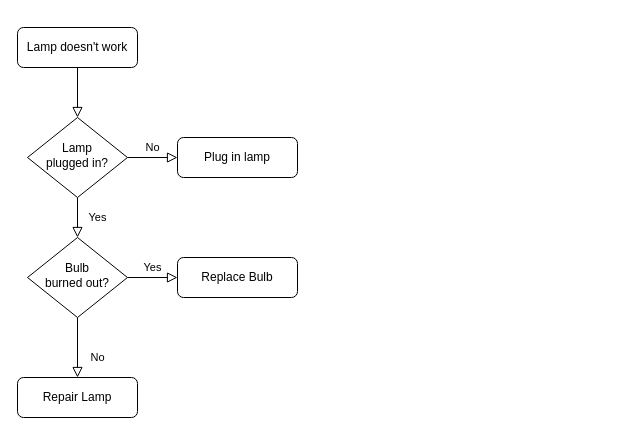
Above: Untitled Diagram.drawio in leonwooster/ConsoleTest (draw.io), before the change. Source tidied: cells renumbered, new cells numbered last; positions are measured from the earlier drawing's top-left corner, leaving out a move shared by most shapes. Both pictures are drawn from the tidied source at 100%, with x=0, y=0 at pixel (17, 27).
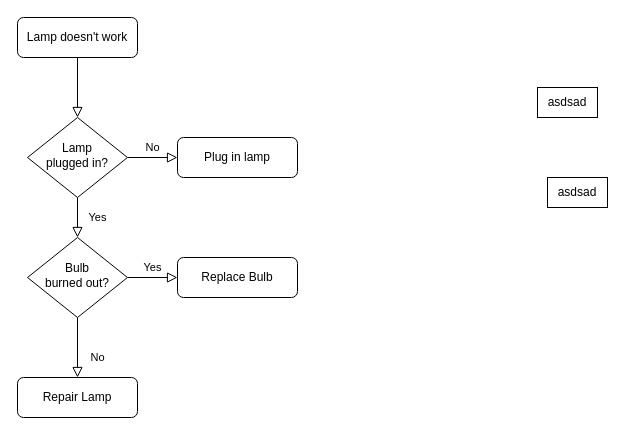
The same page after the edit.

Diff of the diagram source:
```diff
@@
 <mxGraphModel>
   <root>
     <mxCell id="0" />
     <mxCell id="1" parent="0" />
     <mxCell id="2" style="rounded=0;html=1;jettySize=auto;fontSize=11;endArrow=block;endFill=0;endSize=8;strokeWidth=1;shadow=0;labelBackgroundColor=none;edgeStyle=orthogonalEdgeStyle;" parent="1" edge="1" source="3" target="6">
       <mxGeometry relative="1" as="geometry" />
     </mxCell>
     <mxCell id="3" value="Lamp doesn't work" style="rounded=1;whiteSpace=wrap;html=1;fontSize=12;glass=0;strokeWidth=1;shadow=0;" parent="1" vertex="1">
-      <mxGeometry width="120" height="40" as="geometry" />
+      <mxGeometry y="-10" width="120" height="40" as="geometry" />
     </mxCell>
     <mxCell id="4" value="Yes" style="rounded=0;html=1;jettySize=auto;fontSize=11;endArrow=block;endFill=0;endSize=8;strokeWidth=1;shadow=0;labelBackgroundColor=none;edgeStyle=orthogonalEdgeStyle;" parent="1" edge="1" source="6" target="10">
       <mxGeometry y="20" relative="1" as="geometry" />
     </mxCell>
     <mxCell id="5" value="No" style="edgeStyle=orthogonalEdgeStyle;rounded=0;html=1;jettySize=auto;fontSize=11;endArrow=block;endFill=0;endSize=8;strokeWidth=1;shadow=0;labelBackgroundColor=none;" parent="1" edge="1" source="6" target="7">
       <mxGeometry y="10" relative="1" as="geometry" />
     </mxCell>
     <mxCell id="6" value="Lamp&lt;br&gt;plugged in?" style="rhombus;whiteSpace=wrap;html=1;shadow=0;fontFamily=Helvetica;fontSize=12;align=center;strokeWidth=1;spacing=6;spacingTop=-4;" parent="1" vertex="1">
       <mxGeometry x="10" y="90" width="100" height="80" as="geometry" />
     </mxCell>
     <mxCell id="7" value="Plug in lamp" style="rounded=1;whiteSpace=wrap;html=1;fontSize=12;glass=0;strokeWidth=1;shadow=0;" parent="1" vertex="1">
       <mxGeometry x="160" y="110" width="120" height="40" as="geometry" />
     </mxCell>
     <mxCell id="8" value="No" style="rounded=0;html=1;jettySize=auto;fontSize=11;endArrow=block;endFill=0;endSize=8;strokeWidth=1;shadow=0;labelBackgroundColor=none;edgeStyle=orthogonalEdgeStyle;" parent="1" edge="1" source="10" target="11">
       <mxGeometry x="0.33" y="20" relative="1" as="geometry" />
     </mxCell>
     <mxCell id="9" value="Yes" style="edgeStyle=orthogonalEdgeStyle;rounded=0;html=1;jettySize=auto;fontSize=11;endArrow=block;endFill=0;endSize=8;strokeWidth=1;shadow=0;labelBackgroundColor=none;" parent="1" edge="1" source="10" target="12">
       <mxGeometry y="10" relative="1" as="geometry" />
     </mxCell>
     <mxCell id="10" value="Bulb&lt;br&gt;burned out?" style="rhombus;whiteSpace=wrap;html=1;shadow=0;fontFamily=Helvetica;fontSize=12;align=center;strokeWidth=1;spacing=6;spacingTop=-4;" parent="1" vertex="1">
       <mxGeometry x="10" y="210" width="100" height="80" as="geometry" />
     </mxCell>
     <mxCell id="11" value="Repair Lamp" style="rounded=1;whiteSpace=wrap;html=1;fontSize=12;glass=0;strokeWidth=1;shadow=0;" parent="1" vertex="1">
       <mxGeometry y="350" width="120" height="40" as="geometry" />
     </mxCell>
     <mxCell id="12" value="Replace Bulb" style="rounded=1;whiteSpace=wrap;html=1;fontSize=12;glass=0;strokeWidth=1;shadow=0;" parent="1" vertex="1">
       <mxGeometry x="160" y="230" width="120" height="40" as="geometry" />
     </mxCell>
+    <mxCell id="13" value="asdsad" style="whiteSpace=wrap;html=1;" parent="1" vertex="1">
+      <mxGeometry x="520" y="60" width="60" height="30" as="geometry" />
+    </mxCell>
+    <mxCell id="14" value="asdsad" style="whiteSpace=wrap;html=1;" parent="1" vertex="1">
+      <mxGeometry x="530" y="150" width="60" height="30" as="geometry" />
+    </mxCell>
   </root>
 </mxGraphModel>
```
